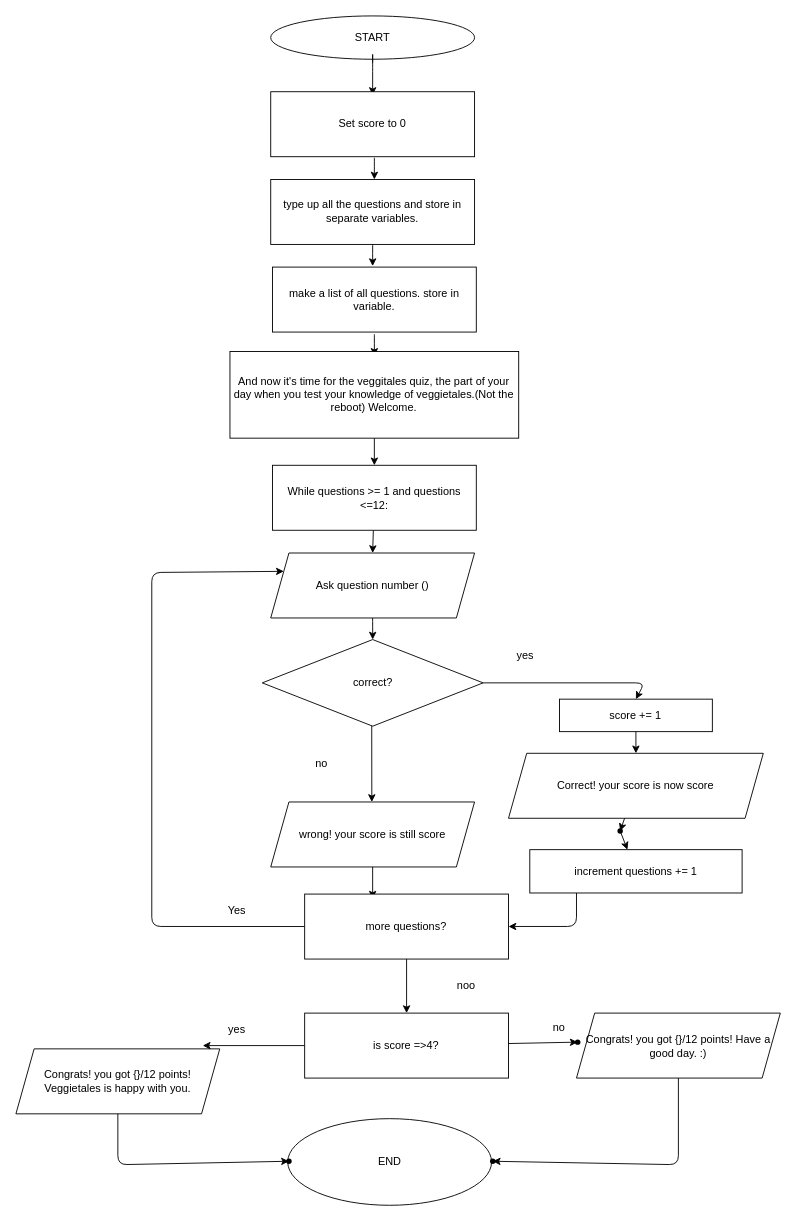
The draw.io diagram main/flowchart.drawio in ASDAH-Digtal/level-1-python-quiz-algre-din, before the edit. Source tidied: cells renumbered, new cells numbered last; positions are measured from the earlier drawing's top-left corner, leaving out a move shared by most shapes. Both pictures are drawn from the tidied source at 91%, with x=0, y=0 at pixel (15, 15).
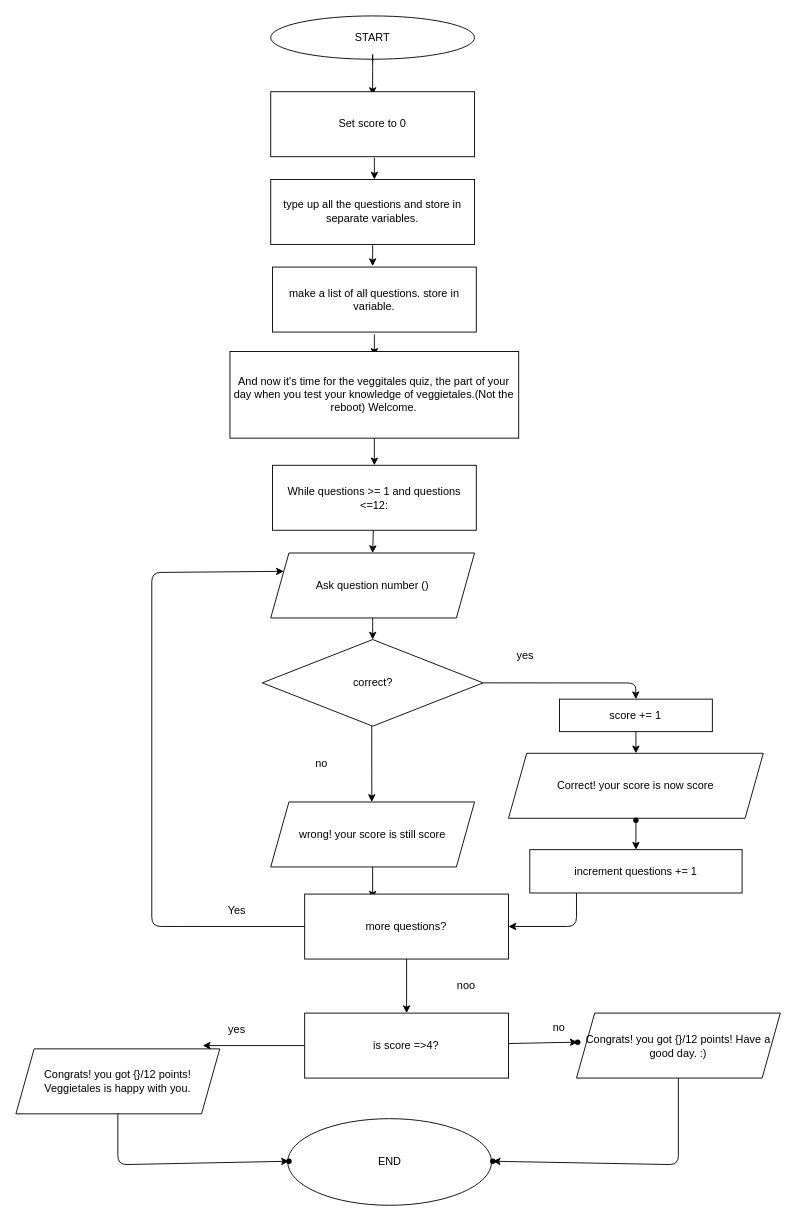
The same page after the edit.

The change refers to these unchanged cells:
```xml
<mxCell id="5" value="correct?" style="rhombus;whiteSpace=wrap;html=1;" parent="1" vertex="1">
  <mxGeometry x="270.7" y="685.3" width="242.7" height="95.2" as="geometry" />
</mxCell>
<mxCell id="13" value="score += 1" style="rounded=0;whiteSpace=wrap;html=1;" parent="1" vertex="1">
  <mxGeometry x="597.3" y="750.8" width="168" height="35.7" as="geometry" />
</mxCell>
<mxCell id="23" value="Correct! your score is now score" style="shape=parallelogram;perimeter=parallelogramPerimeter;whiteSpace=wrap;html=1;fixedSize=1;" parent="1" vertex="1">
  <mxGeometry x="541.3" y="810.3" width="280" height="71.4" as="geometry" />
</mxCell>
```

What changed in the source:
```diff
@@
     <mxCell id="9" style="edgeStyle=none;html=1;exitX=1;exitY=0.5;exitDx=0;exitDy=0;entryX=0.5;entryY=0;entryDx=0;entryDy=0;" parent="1" edge="1" source="5" target="13">
       <mxGeometry relative="1" as="geometry">
         <Array as="points">
-          <mxPoint x="690.7" y="732.9" />
+          <mxPoint x="681" y="733" />
         </Array>
       </mxGeometry>
     </mxCell>
@@
     <mxCell id="44" style="shape=waypoint;sketch=0;size=6;points=[];fillColor=default;perimeter=centerPerimeter;snapToPoint=1;" parent="1" vertex="1">
-      <mxGeometry x="644" y="875.7" width="40" height="40" as="geometry" />
+      <mxGeometry x="661.3" y="863.8" width="40" height="40" as="geometry" />
     </mxCell>
-    <mxCell id="45" style="edgeStyle=none;html=1;" parent="1" edge="1" source="23" target="44">
-      <mxGeometry relative="1" as="geometry" />
-    </mxCell>
```
